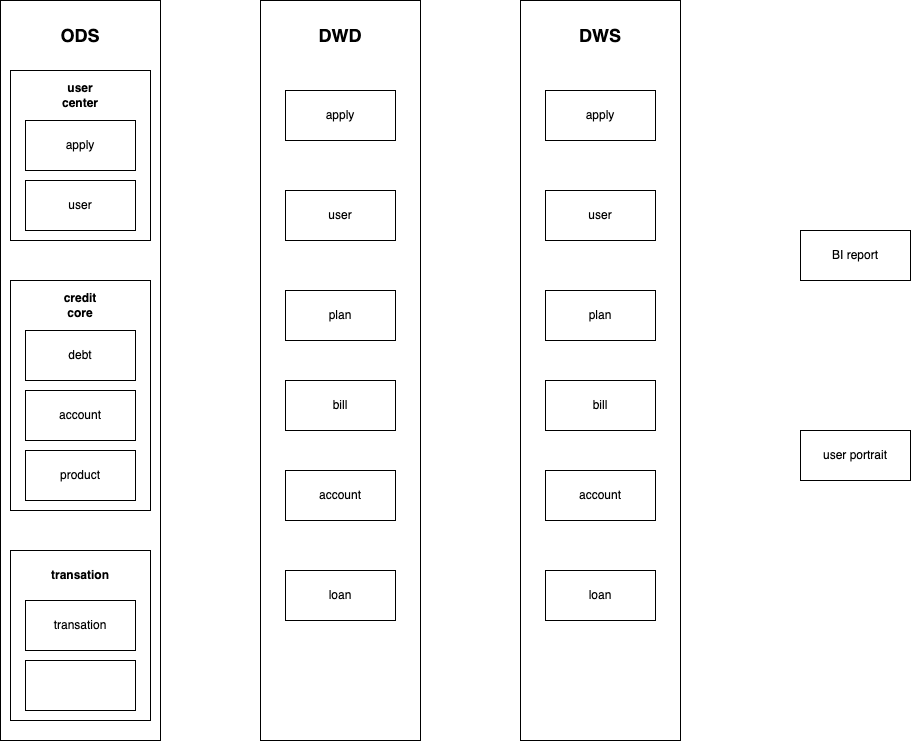
The draw.io diagram Untitled Diagram.drawio.png in a490888602/draw, before a commit. Source tidied: cells renumbered, new cells last; positions are measured from the earlier drawing's top-left corner, leaving out a move shared by most shapes.
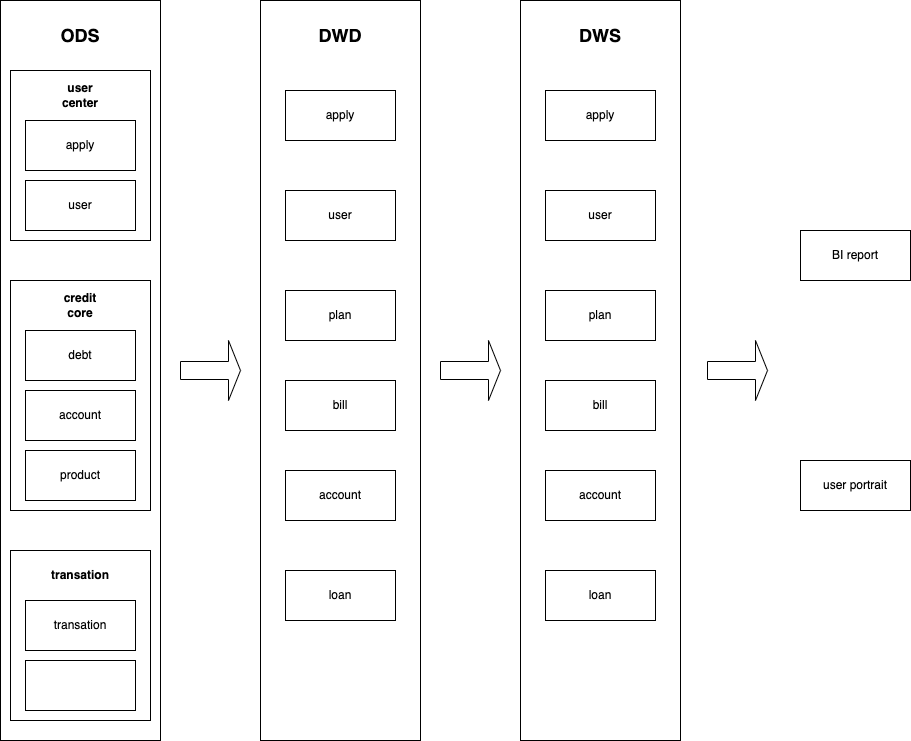
Above is the later version.

Change to the diagram source:
```diff
@@ -75,7 +75,7 @@
       <mxGeometry x="800" y="230" width="110" height="50" as="geometry" />
     </mxCell>
     <mxCell id="26" value="user portrait" style="rounded=0;whiteSpace=wrap;html=1;" parent="1" vertex="1">
-      <mxGeometry x="800" y="430" width="110" height="50" as="geometry" />
+      <mxGeometry x="800" y="460" width="110" height="50" as="geometry" />
     </mxCell>
     <mxCell id="27" style="rounded=0;whiteSpace=wrap;html=1;" parent="1" vertex="1">
       <mxGeometry x="520" width="160" height="740" as="geometry" />
@@ -101,5 +101,14 @@
     <mxCell id="34" value="loan" style="rounded=0;whiteSpace=wrap;html=1;" parent="1" vertex="1">
       <mxGeometry x="545" y="570" width="110" height="50" as="geometry" />
     </mxCell>
+    <mxCell id="35" style="shape=singleArrow;whiteSpace=wrap;html=1;fontSize=18;" parent="1" vertex="1">
+      <mxGeometry x="180" y="340" width="60" height="60" as="geometry" />
+    </mxCell>
+    <mxCell id="36" style="shape=singleArrow;whiteSpace=wrap;html=1;fontSize=18;" parent="1" vertex="1">
+      <mxGeometry x="440" y="340" width="60" height="60" as="geometry" />
+    </mxCell>
+    <mxCell id="37" style="shape=singleArrow;whiteSpace=wrap;html=1;fontSize=18;" parent="1" vertex="1">
+      <mxGeometry x="707" y="340" width="60" height="60" as="geometry" />
+    </mxCell>
   </root>
 </mxGraphModel>
```
